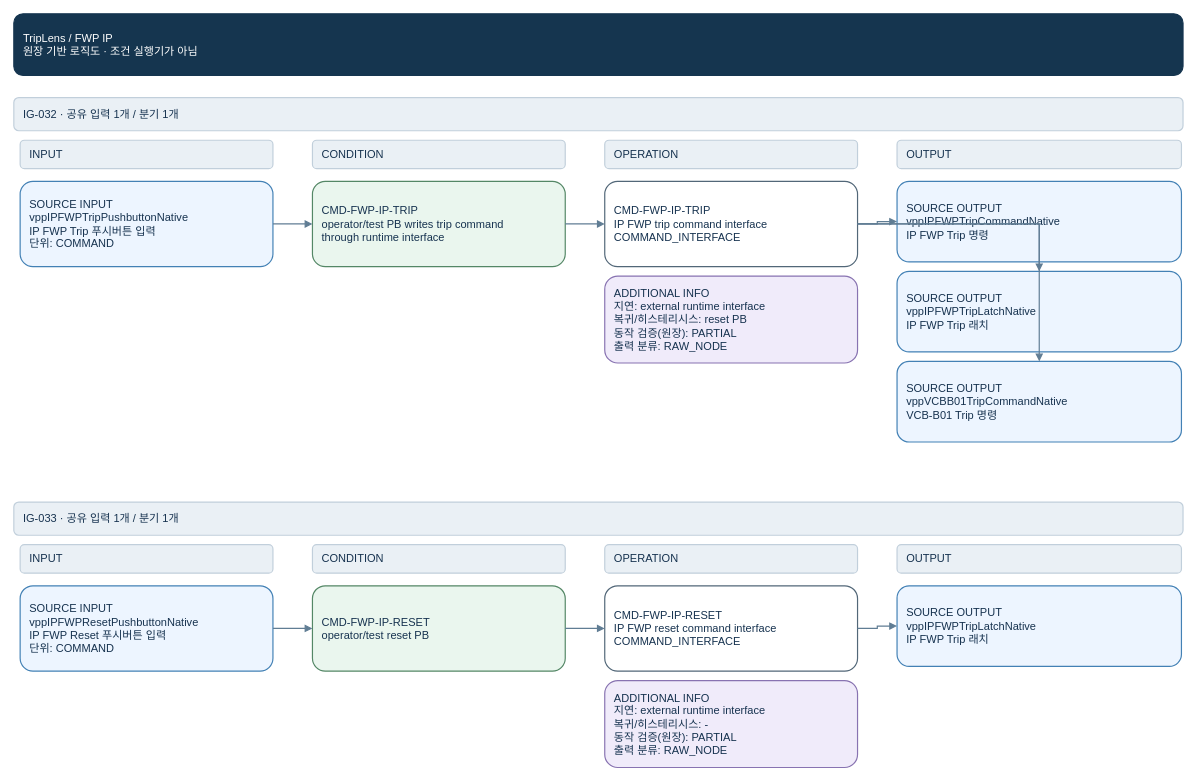
Earlier version of the draw.io diagram page "FWP IP" (3 of 98) of logic_diagrams/TripLens_Logic_Master_Current_V8.drawio (khaku25/triplens-thermosyspro-cloud-runner). Source tidied: cells renumbered, new cells numbered last; positions are measured from the earlier drawing's top-left corner, leaving out a move shared by most shapes. Both pictures are drawn from the tidied source at 79%, with x=0, y=0 at pixel (13, 13).
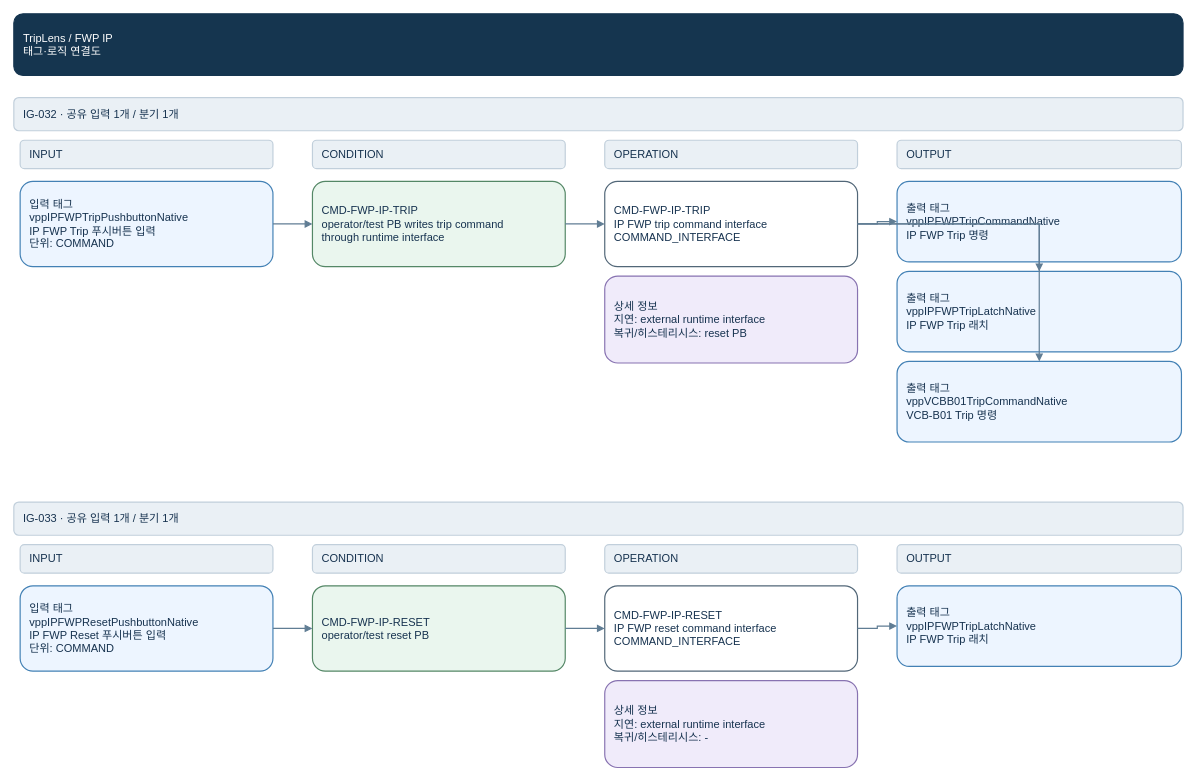
The same page after the edit.

Diff of the diagram source:
```diff
@@
-    <mxCell id="2" value="TripLens  /  FWP IP&#10;원장 기반 로직도 · 조건 실행기가 아님" style="rounded=1;whiteSpace=wrap;html=0;fontFamily=Arial;fontSize=14;align=left;verticalAlign=middle;spacing=12;fillColor=#15354f;strokeColor=#15354f;fontColor=#ffffff;strokeWidth=1.5;" parent="1" vertex="1">
+    <mxCell id="2" value="TripLens  /  FWP IP&#10;태그·로직 연결도" style="rounded=1;whiteSpace=wrap;html=0;fontFamily=Arial;fontSize=14;align=left;verticalAlign=middle;spacing=12;fillColor=#15354f;strokeColor=#15354f;fontColor=#ffffff;strokeWidth=1.5;" parent="1" vertex="1">
       <mxGeometry width="1480" height="78" as="geometry" />
     </mxCell>
@@
-    <mxCell id="8" value="SOURCE INPUT&#10;vppIPFWPTripPushbuttonNative&#10;IP FWP Trip 푸시버튼 입력&#10;단위: COMMAND" style="rounded=1;whiteSpace=wrap;html=0;fontFamily=Arial;fontSize=14;align=left;verticalAlign=middle;spacing=12;fillColor=#edf5ff;strokeColor=#4381b5;fontColor=#16324f;strokeWidth=1.5;" parent="1" vertex="1">
+    <mxCell id="8" value="입력 태그&#10;vppIPFWPTripPushbuttonNative&#10;IP FWP Trip 푸시버튼 입력&#10;단위: COMMAND" style="rounded=1;whiteSpace=wrap;html=0;fontFamily=Arial;fontSize=14;align=left;verticalAlign=middle;spacing=12;fillColor=#edf5ff;strokeColor=#4381b5;fontColor=#16324f;strokeWidth=1.5;" parent="1" vertex="1">
       <mxGeometry x="8" y="212" width="320" height="108" as="geometry" />
     </mxCell>
@@
-    <mxCell id="11" value="ADDITIONAL INFO&#10;지연: external runtime interface&#10;복귀/히스테리시스: reset PB&#10;동작 검증(원장): PARTIAL&#10;출력 분류: RAW_NODE" style="rounded=1;whiteSpace=wrap;html=0;fontFamily=Arial;fontSize=14;align=left;verticalAlign=middle;spacing=12;fillColor=#f0ebfa;strokeColor=#8873b1;fontColor=#16324f;strokeWidth=1.5;" parent="1" vertex="1">
+    <mxCell id="11" value="상세 정보&#10;지연: external runtime interface&#10;복귀/히스테리시스: reset PB" style="rounded=1;whiteSpace=wrap;html=0;fontFamily=Arial;fontSize=14;align=left;verticalAlign=middle;spacing=12;fillColor=#f0ebfa;strokeColor=#8873b1;fontColor=#16324f;strokeWidth=1.5;" parent="1" vertex="1">
       <mxGeometry x="748" y="332" width="320" height="110" as="geometry" />
     </mxCell>
@@
-    <mxCell id="14" value="SOURCE OUTPUT&#10;vppIPFWPTripCommandNative&#10;IP FWP Trip 명령" style="rounded=1;whiteSpace=wrap;html=0;fontFamily=Arial;fontSize=14;align=left;verticalAlign=middle;spacing=12;fillColor=#edf5ff;strokeColor=#4381b5;fontColor=#16324f;strokeWidth=1.5;" parent="1" vertex="1">
+    <mxCell id="14" value="출력 태그&#10;vppIPFWPTripCommandNative&#10;IP FWP Trip 명령" style="rounded=1;whiteSpace=wrap;html=0;fontFamily=Arial;fontSize=14;align=left;verticalAlign=middle;spacing=12;fillColor=#edf5ff;strokeColor=#4381b5;fontColor=#16324f;strokeWidth=1.5;" parent="1" vertex="1">
       <mxGeometry x="1118" y="212" width="360" height="102" as="geometry" />
     </mxCell>
@@
-    <mxCell id="16" value="SOURCE OUTPUT&#10;vppIPFWPTripLatchNative&#10;IP FWP Trip 래치" style="rounded=1;whiteSpace=wrap;html=0;fontFamily=Arial;fontSize=14;align=left;verticalAlign=middle;spacing=12;fillColor=#edf5ff;strokeColor=#4381b5;fontColor=#16324f;strokeWidth=1.5;" parent="1" vertex="1">
+    <mxCell id="16" value="출력 태그&#10;vppIPFWPTripLatchNative&#10;IP FWP Trip 래치" style="rounded=1;whiteSpace=wrap;html=0;fontFamily=Arial;fontSize=14;align=left;verticalAlign=middle;spacing=12;fillColor=#edf5ff;strokeColor=#4381b5;fontColor=#16324f;strokeWidth=1.5;" parent="1" vertex="1">
       <mxGeometry x="1118" y="326" width="360" height="102" as="geometry" />
     </mxCell>
@@
-    <mxCell id="18" value="SOURCE OUTPUT&#10;vppVCBB01TripCommandNative&#10;VCB-B01 Trip 명령" style="rounded=1;whiteSpace=wrap;html=0;fontFamily=Arial;fontSize=14;align=left;verticalAlign=middle;spacing=12;fillColor=#edf5ff;strokeColor=#4381b5;fontColor=#16324f;strokeWidth=1.5;" parent="1" vertex="1">
+    <mxCell id="18" value="출력 태그&#10;vppVCBB01TripCommandNative&#10;VCB-B01 Trip 명령" style="rounded=1;whiteSpace=wrap;html=0;fontFamily=Arial;fontSize=14;align=left;verticalAlign=middle;spacing=12;fillColor=#edf5ff;strokeColor=#4381b5;fontColor=#16324f;strokeWidth=1.5;" parent="1" vertex="1">
       <mxGeometry x="1118" y="440" width="360" height="102" as="geometry" />
     </mxCell>
@@
-    <mxCell id="25" value="SOURCE INPUT&#10;vppIPFWPResetPushbuttonNative&#10;IP FWP Reset 푸시버튼 입력&#10;단위: COMMAND" style="rounded=1;whiteSpace=wrap;html=0;fontFamily=Arial;fontSize=14;align=left;verticalAlign=middle;spacing=12;fillColor=#edf5ff;strokeColor=#4381b5;fontColor=#16324f;strokeWidth=1.5;" parent="1" vertex="1">
+    <mxCell id="25" value="입력 태그&#10;vppIPFWPResetPushbuttonNative&#10;IP FWP Reset 푸시버튼 입력&#10;단위: COMMAND" style="rounded=1;whiteSpace=wrap;html=0;fontFamily=Arial;fontSize=14;align=left;verticalAlign=middle;spacing=12;fillColor=#edf5ff;strokeColor=#4381b5;fontColor=#16324f;strokeWidth=1.5;" parent="1" vertex="1">
       <mxGeometry x="8" y="724" width="320" height="108" as="geometry" />
     </mxCell>
@@
-    <mxCell id="28" value="ADDITIONAL INFO&#10;지연: external runtime interface&#10;복귀/히스테리시스: -&#10;동작 검증(원장): PARTIAL&#10;출력 분류: RAW_NODE" style="rounded=1;whiteSpace=wrap;html=0;fontFamily=Arial;fontSize=14;align=left;verticalAlign=middle;spacing=12;fillColor=#f0ebfa;strokeColor=#8873b1;fontColor=#16324f;strokeWidth=1.5;" parent="1" vertex="1">
+    <mxCell id="28" value="상세 정보&#10;지연: external runtime interface&#10;복귀/히스테리시스: -" style="rounded=1;whiteSpace=wrap;html=0;fontFamily=Arial;fontSize=14;align=left;verticalAlign=middle;spacing=12;fillColor=#f0ebfa;strokeColor=#8873b1;fontColor=#16324f;strokeWidth=1.5;" parent="1" vertex="1">
       <mxGeometry x="748" y="844" width="320" height="110" as="geometry" />
     </mxCell>
@@
-    <mxCell id="31" value="SOURCE OUTPUT&#10;vppIPFWPTripLatchNative&#10;IP FWP Trip 래치" style="rounded=1;whiteSpace=wrap;html=0;fontFamily=Arial;fontSize=14;align=left;verticalAlign=middle;spacing=12;fillColor=#edf5ff;strokeColor=#4381b5;fontColor=#16324f;strokeWidth=1.5;" parent="1" vertex="1">
+    <mxCell id="31" value="출력 태그&#10;vppIPFWPTripLatchNative&#10;IP FWP Trip 래치" style="rounded=1;whiteSpace=wrap;html=0;fontFamily=Arial;fontSize=14;align=left;verticalAlign=middle;spacing=12;fillColor=#edf5ff;strokeColor=#4381b5;fontColor=#16324f;strokeWidth=1.5;" parent="1" vertex="1">
       <mxGeometry x="1118" y="724" width="360" height="102" as="geometry" />
     </mxCell>
```
